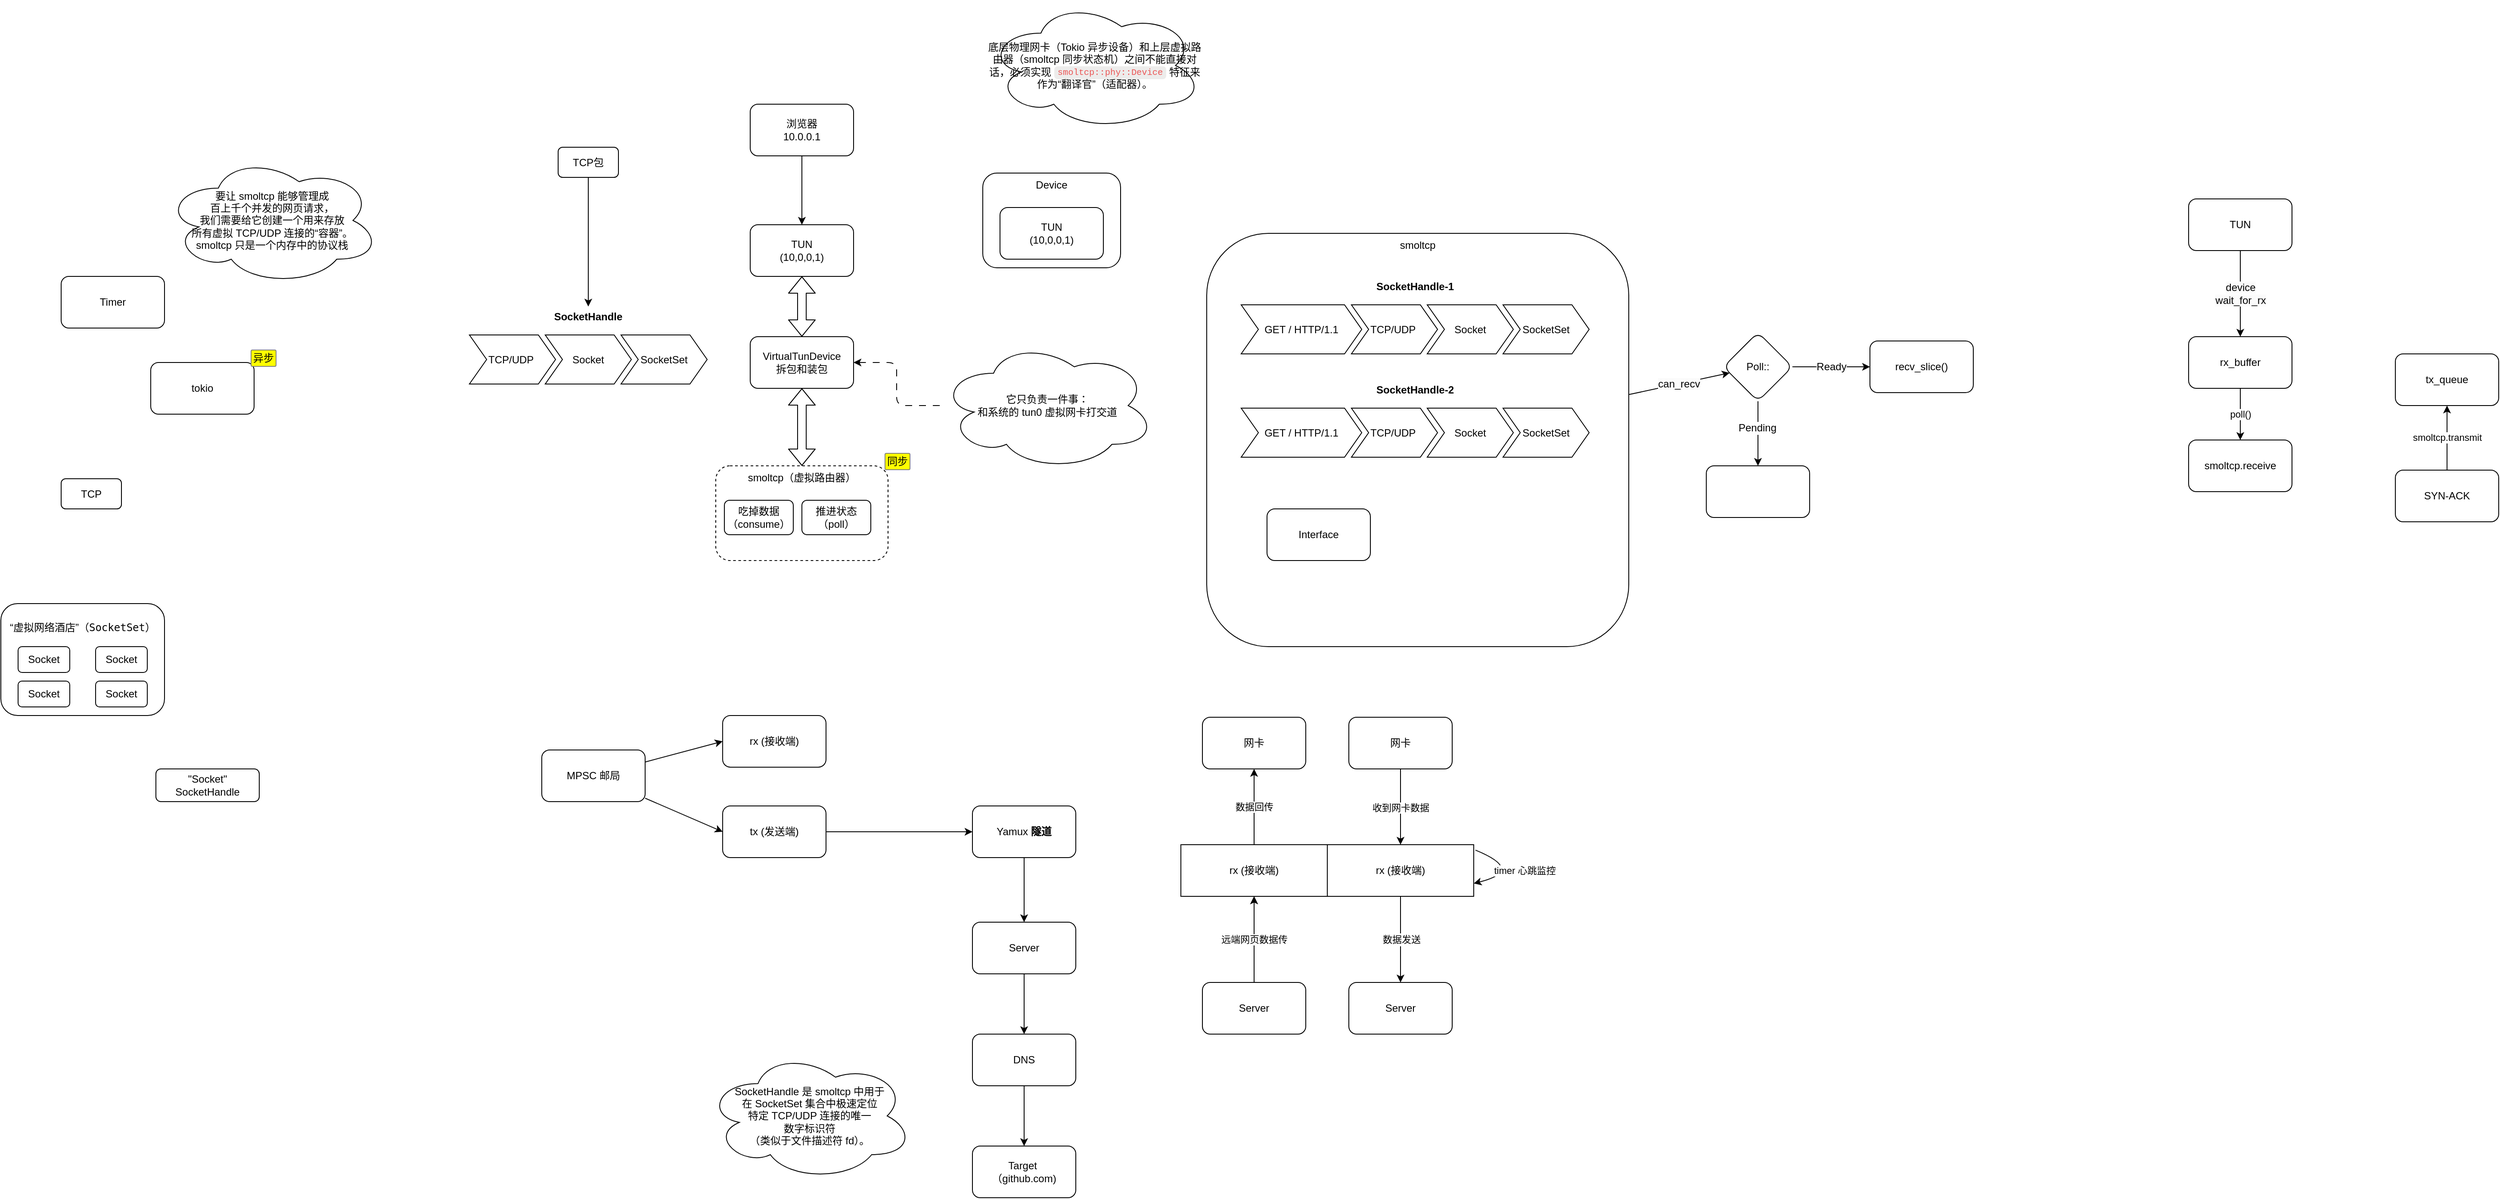
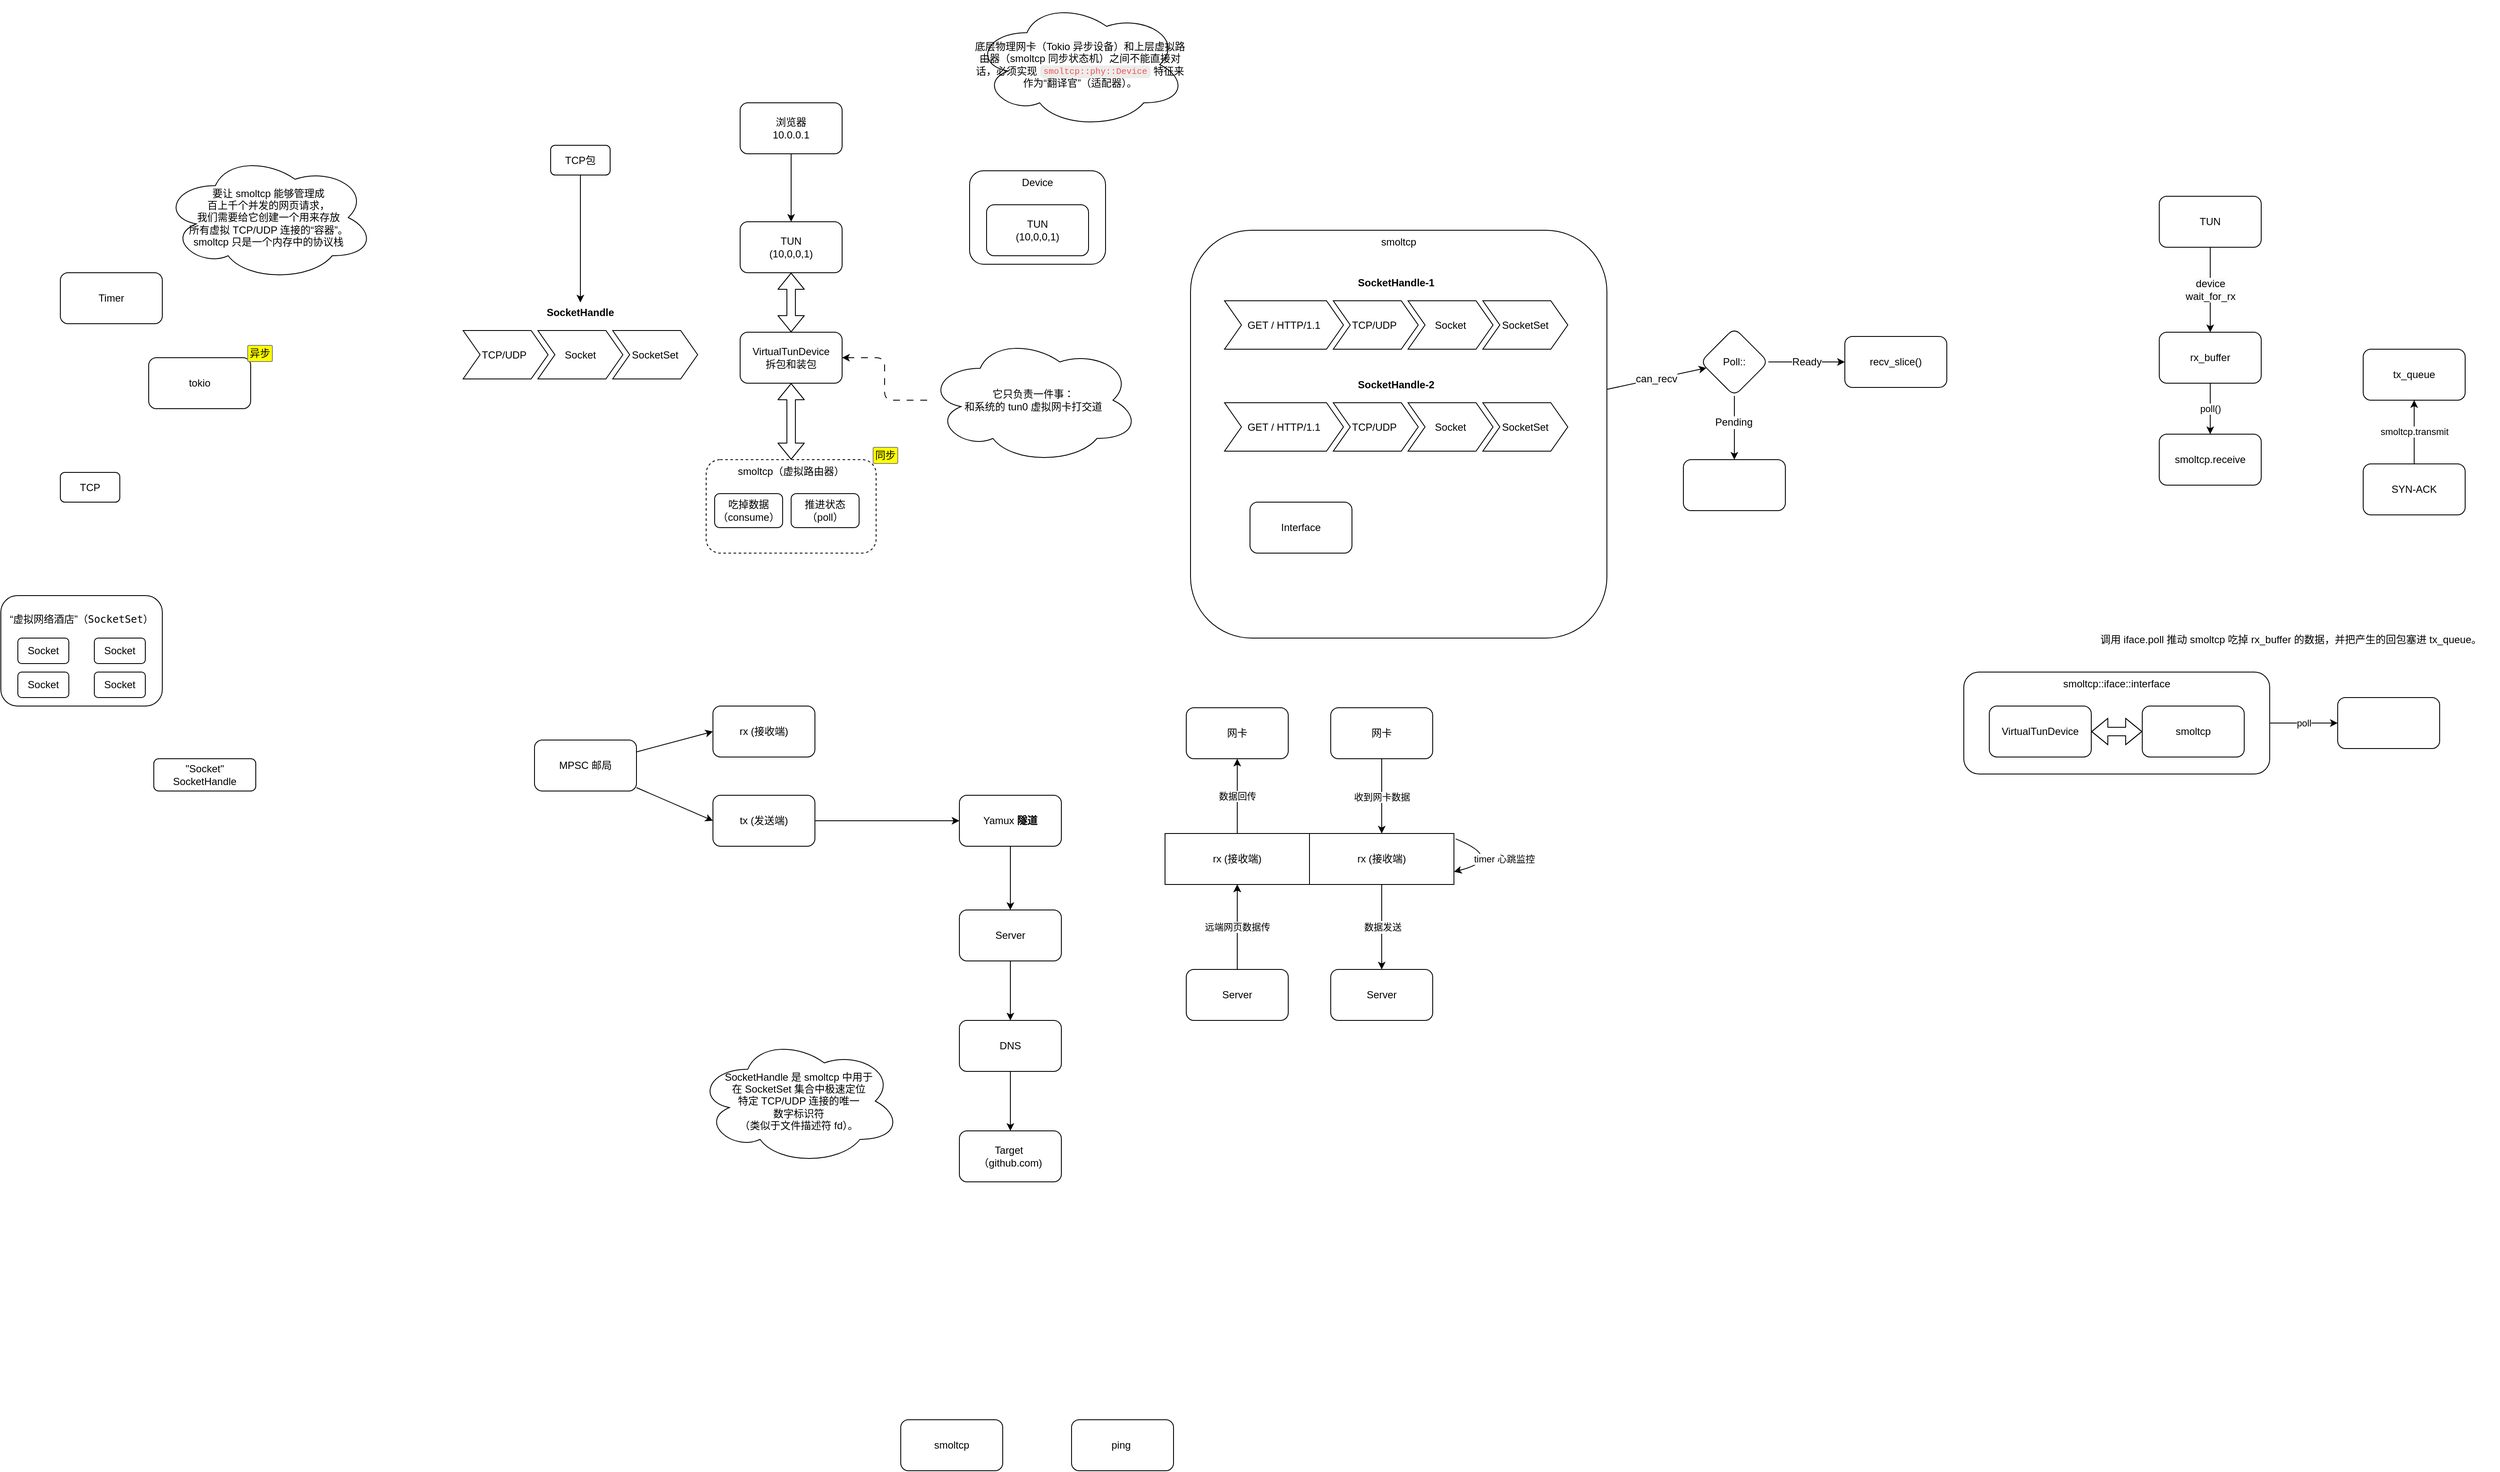
<mxfile host="65bd71144e">
    <diagram id="SK4-CPsVokxL4LTUJP4q" name="第 1 页">
-         <mxGraphModel dx="1726" dy="1144" grid="1" gridSize="10" guides="1" tooltips="1" connect="1" arrows="1" fold="1" page="1" pageScale="1" pageWidth="1169" pageHeight="827" math="0" shadow="0">
+         <mxGraphModel dx="2704" dy="1525" grid="1" gridSize="10" guides="1" tooltips="1" connect="1" arrows="1" fold="1" page="1" pageScale="1" pageWidth="1169" pageHeight="827" math="0" shadow="0">
            <root>
                <mxCell id="0"/>
                <mxCell id="1" parent="0"/>
                <mxCell id="148" value="&lt;span style=&quot;color: rgb(0, 0, 0); text-wrap-mode: wrap; background-color: rgb(251, 251, 251);&quot;&gt;can_recv&lt;/span&gt;" style="edgeStyle=none;html=1;fontFamily=Helvetica;fontSize=12;fontColor=default;" parent="1" source="145" target="147" edge="1">
                    <mxGeometry x="-0.004" relative="1" as="geometry">
                        <mxPoint as="offset"/>
                    </mxGeometry>
                </mxCell>
                <mxCell id="145" value="smoltcp" style="rounded=1;whiteSpace=wrap;html=1;strokeColor=default;align=center;verticalAlign=top;fontFamily=Helvetica;fontSize=12;fontColor=default;fillColor=none;" parent="1" vertex="1">
                    <mxGeometry x="1580" y="360" width="490" height="480" as="geometry"/>
                </mxCell>
                <mxCell id="76" value="Device" style="rounded=1;whiteSpace=wrap;html=1;verticalAlign=top;" parent="1" vertex="1">
                    <mxGeometry x="1320" y="290" width="160" height="110" as="geometry"/>
                </mxCell>
                <mxCell id="3" value="&lt;div&gt;&lt;br&gt;&lt;/div&gt;“虚拟网络酒店”（&lt;code data-index-in-node=&quot;10&quot; data-path-to-node=&quot;9&quot;&gt;SocketSet&lt;/code&gt;）" style="rounded=1;whiteSpace=wrap;html=1;verticalAlign=top;fontSize=12;" parent="1" vertex="1">
                    <mxGeometry x="180" y="790" width="190" height="130" as="geometry"/>
                </mxCell>
                <mxCell id="4" value="Socket" style="rounded=1;whiteSpace=wrap;html=1;" parent="1" vertex="1">
                    <mxGeometry x="200" y="840" width="60" height="30" as="geometry"/>
                </mxCell>
                <mxCell id="5" value="Socket" style="rounded=1;whiteSpace=wrap;html=1;" parent="1" vertex="1">
                    <mxGeometry x="290" y="840" width="60" height="30" as="geometry"/>
                </mxCell>
                <mxCell id="6" value="Socket" style="rounded=1;whiteSpace=wrap;html=1;" parent="1" vertex="1">
                    <mxGeometry x="290" y="880" width="60" height="30" as="geometry"/>
                </mxCell>
                <mxCell id="7" value="Socket" style="rounded=1;whiteSpace=wrap;html=1;" parent="1" vertex="1">
                    <mxGeometry x="200" y="880" width="60" height="30" as="geometry"/>
                </mxCell>
                <mxCell id="8" value="&quot;Socket&quot;&lt;div&gt;SocketHandle&lt;/div&gt;" style="rounded=1;whiteSpace=wrap;html=1;" parent="1" vertex="1">
                    <mxGeometry x="360" y="982" width="120" height="38" as="geometry"/>
                </mxCell>
                <mxCell id="46" style="edgeStyle=none;html=1;fontFamily=Helvetica;fontSize=12;fontColor=default;" parent="1" source="9" target="10" edge="1">
                    <mxGeometry relative="1" as="geometry"/>
                </mxCell>
                <mxCell id="9" value="浏览器&lt;div&gt;10.0.0.1&lt;/div&gt;" style="rounded=1;whiteSpace=wrap;html=1;" parent="1" vertex="1">
                    <mxGeometry x="1050" y="210" width="120" height="60" as="geometry"/>
                </mxCell>
                <mxCell id="10" value="TUN&lt;br&gt;(10,0,0,1)" style="rounded=1;whiteSpace=wrap;html=1;" parent="1" vertex="1">
                    <mxGeometry x="1050" y="350" width="120" height="60" as="geometry"/>
                </mxCell>
                <mxCell id="34" style="edgeStyle=none;html=1;entryX=0;entryY=0.5;entryDx=0;entryDy=0;" parent="1" source="14" target="31" edge="1">
                    <mxGeometry relative="1" as="geometry"/>
                </mxCell>
                <mxCell id="35" style="edgeStyle=none;html=1;entryX=0;entryY=0.5;entryDx=0;entryDy=0;" parent="1" source="14" target="33" edge="1">
                    <mxGeometry relative="1" as="geometry"/>
                </mxCell>
                <mxCell id="14" value="MPSC 邮局" style="rounded=1;whiteSpace=wrap;html=1;" parent="1" vertex="1">
                    <mxGeometry x="808" y="960" width="120" height="60" as="geometry"/>
                </mxCell>
                <mxCell id="42" style="edgeStyle=none;html=1;fontFamily=Helvetica;fontSize=12;fontColor=default;" parent="1" source="15" target="16" edge="1">
                    <mxGeometry relative="1" as="geometry"/>
                </mxCell>
                <mxCell id="15" value="Yamux&amp;nbsp;&lt;span class=&quot;notion-enable-hover&quot; data-token-index=&quot;0&quot; style=&quot;font-weight:600&quot;&gt;隧道&lt;/span&gt;" style="rounded=1;whiteSpace=wrap;html=1;" parent="1" vertex="1">
                    <mxGeometry x="1308" y="1025" width="120" height="60" as="geometry"/>
                </mxCell>
                <mxCell id="43" style="edgeStyle=none;html=1;fontFamily=Helvetica;fontSize=12;fontColor=default;" parent="1" source="16" target="17" edge="1">
                    <mxGeometry relative="1" as="geometry"/>
                </mxCell>
                <mxCell id="16" value="Server" style="rounded=1;whiteSpace=wrap;html=1;" parent="1" vertex="1">
                    <mxGeometry x="1308" y="1160" width="120" height="60" as="geometry"/>
                </mxCell>
                <mxCell id="44" style="edgeStyle=none;html=1;fontFamily=Helvetica;fontSize=12;fontColor=default;" parent="1" source="17" target="18" edge="1">
                    <mxGeometry relative="1" as="geometry"/>
                </mxCell>
                <mxCell id="17" value="DNS" style="rounded=1;whiteSpace=wrap;html=1;" parent="1" vertex="1">
                    <mxGeometry x="1308" y="1290" width="120" height="60" as="geometry"/>
                </mxCell>
                <mxCell id="18" value="Target&amp;nbsp;&lt;div&gt;（github.com)&lt;/div&gt;" style="rounded=1;whiteSpace=wrap;html=1;" parent="1" vertex="1">
                    <mxGeometry x="1308" y="1420" width="120" height="60" as="geometry"/>
                </mxCell>
                <mxCell id="74" style="edgeStyle=none;html=1;fontFamily=Helvetica;fontSize=12;fontColor=default;" parent="1" source="19" target="25" edge="1">
                    <mxGeometry relative="1" as="geometry"/>
                </mxCell>
                <mxCell id="19" value="TCP包" style="rounded=1;whiteSpace=wrap;html=1;" parent="1" vertex="1">
                    <mxGeometry x="827" y="260" width="70" height="35" as="geometry"/>
                </mxCell>
                <mxCell id="20" value="TCP" style="rounded=1;whiteSpace=wrap;html=1;" parent="1" vertex="1">
                    <mxGeometry x="250" y="645" width="70" height="35" as="geometry"/>
                </mxCell>
                <mxCell id="25" value="SocketHandle" style="swimlane;childLayout=stackLayout;horizontal=1;fillColor=none;horizontalStack=1;resizeParent=1;resizeParentMax=0;resizeLast=0;collapsible=0;strokeColor=none;stackBorder=10;stackSpacing=-12;resizable=1;align=center;points=[];whiteSpace=wrap;html=1;" parent="1" vertex="1">
                    <mxGeometry x="714" y="445" width="296" height="100" as="geometry"/>
                </mxCell>
                <mxCell id="26" value="TCP/UDP&amp;nbsp;" style="shape=step;perimeter=stepPerimeter;fixedSize=1;points=[];whiteSpace=wrap;html=1;" parent="25" vertex="1">
                    <mxGeometry x="10" y="33" width="100" height="57" as="geometry"/>
                </mxCell>
                <mxCell id="27" value="Socket" style="shape=step;perimeter=stepPerimeter;fixedSize=1;points=[];whiteSpace=wrap;html=1;" parent="25" vertex="1">
                    <mxGeometry x="98" y="33" width="100" height="57" as="geometry"/>
                </mxCell>
                <mxCell id="28" value="SocketSet" style="shape=step;perimeter=stepPerimeter;fixedSize=1;points=[];whiteSpace=wrap;html=1;" parent="25" vertex="1">
                    <mxGeometry x="186" y="33" width="100" height="57" as="geometry"/>
                </mxCell>
                <mxCell id="30" value="SocketHandle 是 smoltcp 中用于&lt;div&gt;在 SocketSet 集合中极速定位&lt;/div&gt;&lt;div&gt;特定 TCP/UDP 连接的唯一&lt;/div&gt;&lt;div&gt;数字标识符&lt;/div&gt;&lt;div&gt;（类似于文件描述符 fd）。&lt;/div&gt;" style="ellipse;shape=cloud;whiteSpace=wrap;html=1;" parent="1" vertex="1">
                    <mxGeometry x="999" y="1310" width="240" height="150" as="geometry"/>
                </mxCell>
                <mxCell id="31" value="rx (接收端)" style="rounded=1;whiteSpace=wrap;html=1;" parent="1" vertex="1">
                    <mxGeometry x="1018" y="920" width="120" height="60" as="geometry"/>
                </mxCell>
                <mxCell id="41" style="edgeStyle=none;html=1;entryX=0;entryY=0.5;entryDx=0;entryDy=0;fontFamily=Helvetica;fontSize=12;fontColor=default;" parent="1" source="33" target="15" edge="1">
                    <mxGeometry relative="1" as="geometry"/>
                </mxCell>
                <mxCell id="33" value="tx (发送端)" style="rounded=1;whiteSpace=wrap;html=1;" parent="1" vertex="1">
                    <mxGeometry x="1018" y="1025" width="120" height="60" as="geometry"/>
                </mxCell>
                <mxCell id="40" value="要让 smoltcp 能够管理成&#xa;百上千个并发的网页请求，&#xa;我们需要给它创建一个用来存放&#xa;所有虚拟 TCP/UDP 连接的“容器”。&#xa;smoltcp 只是一个内存中的协议栈" style="ellipse;shape=cloud;whiteSpace=wrap;html=1;" parent="1" vertex="1">
                    <mxGeometry x="370" y="270" width="250" height="150" as="geometry"/>
                </mxCell>
                <mxCell id="45" value="smoltcp（虚拟路由器）" style="rounded=1;whiteSpace=wrap;html=1;metaEdit=0;noLabel=0;portConstraintRotation=0;dropTarget=0;enumerate=1;enumerateValue=%E5%90%8C%E6%AD%A5;verticalAlign=top;dashed=1;" parent="1" vertex="1">
                    <mxGeometry x="1010" y="630" width="200" height="110" as="geometry"/>
                </mxCell>
                <mxCell id="49" value="tokio" style="rounded=1;whiteSpace=wrap;html=1;metaEdit=0;noLabel=0;portConstraintRotation=0;dropTarget=0;enumerate=1;enumerateValue=%E5%BC%82%E6%AD%A5;" parent="1" vertex="1">
                    <mxGeometry x="354" y="510" width="120" height="60" as="geometry"/>
                </mxCell>
                <mxCell id="72" style="edgeStyle=none;html=1;fontFamily=Helvetica;fontSize=12;fontColor=default;shape=flexArrow;startArrow=block;" parent="1" source="50" target="45" edge="1">
                    <mxGeometry relative="1" as="geometry"/>
                </mxCell>
                <mxCell id="50" value="VirtualTunDevice&#xa;拆包和装包" style="rounded=1;whiteSpace=wrap;html=1;" parent="1" vertex="1">
                    <mxGeometry x="1050" y="480" width="120" height="60" as="geometry"/>
                </mxCell>
                <mxCell id="51" value="Timer" style="rounded=1;whiteSpace=wrap;html=1;metaEdit=0;noLabel=0;portConstraintRotation=0;dropTarget=0;enumerate=0;enumerateValue=%E5%90%8C%E6%AD%A5;" parent="1" vertex="1">
                    <mxGeometry x="250" y="410" width="120" height="60" as="geometry"/>
                </mxCell>
                <mxCell id="52" value="吃掉数据（consume）" style="rounded=1;whiteSpace=wrap;html=1;" parent="1" vertex="1">
                    <mxGeometry x="1020" y="670" width="80" height="40" as="geometry"/>
                </mxCell>
                <mxCell id="53" value="推进状态（poll）" style="rounded=1;whiteSpace=wrap;html=1;" parent="1" vertex="1">
                    <mxGeometry x="1110" y="670" width="80" height="40" as="geometry"/>
                </mxCell>
                <mxCell id="71" style="edgeStyle=none;html=1;fontFamily=Helvetica;fontSize=12;fontColor=default;shape=flexArrow;endArrow=block;startArrow=block;" parent="1" source="50" target="10" edge="1">
                    <mxGeometry relative="1" as="geometry"/>
                </mxCell>
                <mxCell id="73" value="底层物理网卡（Tokio 异步设备）和上层虚拟路由器（smoltcp 同步状态机）之间不能直接对话，必须实现 &lt;div style=&quot;display:inline&quot; class=&quot;notion-inline-code-container&quot;&gt;&lt;span class=&quot;notion-enable-hover&quot; spellcheck=&quot;false&quot; data-token-index=&quot;1&quot; style=&quot;font-family:&amp;quot;SFMono-Regular&amp;quot;, Menlo, Consolas, &amp;quot;PT Mono&amp;quot;, &amp;quot;Liberation Mono&amp;quot;, Courier, monospace;line-height:normal;background:rgba(135,131,120,.15);color:#EB5757;border-radius:4px;font-size:85%;padding:0.2em 0.4em;position:relative;bottom:0.065em&quot;&gt;smoltcp::phy::Device&lt;/span&gt;&lt;/div&gt; 特征来作为“翻译官”（适配器）。" style="ellipse;shape=cloud;whiteSpace=wrap;html=1;" parent="1" vertex="1">
                    <mxGeometry x="1325" y="90" width="250" height="150" as="geometry"/>
                </mxCell>
                <mxCell id="75" value="TUN&lt;br&gt;(10,0,0,1)" style="rounded=1;whiteSpace=wrap;html=1;" parent="1" vertex="1">
                    <mxGeometry x="1340" y="330" width="120" height="60" as="geometry"/>
                </mxCell>
                <mxCell id="77" value="网卡" style="rounded=1;whiteSpace=wrap;html=1;" parent="1" vertex="1">
                    <mxGeometry x="1575" y="922" width="120" height="60" as="geometry"/>
                </mxCell>
                <mxCell id="92" style="edgeStyle=none;html=1;fontFamily=Helvetica;fontSize=12;fontColor=default;" parent="1" source="78" edge="1">
                    <mxGeometry relative="1" as="geometry"/>
                </mxCell>
                <mxCell id="117" style="edgeStyle=none;html=1;fontFamily=Helvetica;fontSize=12;fontColor=default;" parent="1" source="78" target="118" edge="1">
                    <mxGeometry relative="1" as="geometry">
                        <mxPoint x="1652.173913043478" y="1120" as="targetPoint"/>
                    </mxGeometry>
                </mxCell>
                <mxCell id="125" value="远端网页数据传" style="edgeStyle=none;html=1;align=center;verticalAlign=middle;" parent="1" source="78" target="118" edge="1">
                    <mxGeometry x="-0.0029" relative="1" as="geometry">
                        <mxPoint as="offset"/>
                    </mxGeometry>
                </mxCell>
                <mxCell id="78" value="Server" style="rounded=1;whiteSpace=wrap;html=1;" parent="1" vertex="1">
                    <mxGeometry x="1575" y="1230" width="120" height="60" as="geometry"/>
                </mxCell>
                <mxCell id="131" value="数据回传" style="edgeStyle=none;html=1;" parent="1" source="118" target="77" edge="1">
                    <mxGeometry relative="1" as="geometry"/>
                </mxCell>
                <mxCell id="118" value="&lt;span style=&quot;color: rgb(0, 0, 0);&quot;&gt;rx (接收端)&lt;/span&gt;" style="rounded=0;whiteSpace=wrap;html=1;strokeColor=default;align=center;verticalAlign=middle;fontFamily=Helvetica;fontSize=12;fontColor=default;fillColor=default;" parent="1" vertex="1">
                    <mxGeometry x="1550" y="1070" width="170" height="60" as="geometry"/>
                </mxCell>
                <mxCell id="124" style="edgeStyle=none;html=1;fontFamily=Helvetica;fontSize=12;fontColor=default;" parent="1" source="119" target="122" edge="1">
                    <mxGeometry relative="1" as="geometry"/>
                </mxCell>
                <mxCell id="126" value="&lt;span style=&quot;color: rgb(0, 0, 0); font-size: 11px;&quot;&gt;数据发送&lt;/span&gt;" style="edgeLabel;html=1;align=center;verticalAlign=middle;resizable=0;points=[];rounded=1;strokeColor=default;fontFamily=Helvetica;fontSize=12;fontColor=default;fillColor=default;" parent="124" vertex="1" connectable="0">
                    <mxGeometry y="1" relative="1" as="geometry">
                        <mxPoint as="offset"/>
                    </mxGeometry>
                </mxCell>
                <mxCell id="119" value="&lt;span style=&quot;color: rgb(0, 0, 0);&quot;&gt;rx (接收端)&lt;/span&gt;" style="rounded=0;whiteSpace=wrap;html=1;strokeColor=default;align=center;verticalAlign=middle;fontFamily=Helvetica;fontSize=12;fontColor=default;fillColor=default;" parent="1" vertex="1">
                    <mxGeometry x="1720" y="1070" width="170" height="60" as="geometry"/>
                </mxCell>
                <mxCell id="123" value="收到网卡数据" style="edgeStyle=none;html=1;" parent="1" source="121" target="119" edge="1">
                    <mxGeometry x="0.0079" relative="1" as="geometry">
                        <mxPoint as="offset"/>
                    </mxGeometry>
                </mxCell>
                <mxCell id="121" value="&lt;span style=&quot;color: rgb(0, 0, 0);&quot;&gt;网卡&lt;/span&gt;" style="rounded=1;whiteSpace=wrap;html=1;" parent="1" vertex="1">
                    <mxGeometry x="1745" y="922" width="120" height="60" as="geometry"/>
                </mxCell>
                <mxCell id="122" value="&lt;span style=&quot;color: rgb(0, 0, 0);&quot;&gt;Server&lt;/span&gt;" style="rounded=1;whiteSpace=wrap;html=1;" parent="1" vertex="1">
                    <mxGeometry x="1745" y="1230" width="120" height="60" as="geometry"/>
                </mxCell>
                <mxCell id="132" value="timer 心跳监控" style="edgeStyle=orthogonalEdgeStyle;html=1;exitX=1.012;exitY=0.105;exitDx=0;exitDy=0;exitPerimeter=0;entryX=1;entryY=0.75;entryDx=0;entryDy=0;curved=1;" parent="1" source="119" target="119" edge="1">
                    <mxGeometry relative="1" as="geometry">
                        <Array as="points">
                            <mxPoint x="1950" y="1100"/>
                        </Array>
                    </mxGeometry>
                </mxCell>
                <mxCell id="133" value="SocketHandle-2" style="swimlane;childLayout=stackLayout;horizontal=1;fillColor=none;horizontalStack=1;resizeParent=1;resizeParentMax=0;resizeLast=0;collapsible=0;strokeColor=none;stackBorder=10;stackSpacing=-12;resizable=1;align=center;points=[];whiteSpace=wrap;html=1;" parent="1" vertex="1">
                    <mxGeometry x="1610" y="530" width="424" height="100" as="geometry"/>
                </mxCell>
                <mxCell id="134" value="GET / HTTP/1.1" style="shape=step;perimeter=stepPerimeter;fixedSize=1;points=[];whiteSpace=wrap;html=1;" parent="133" vertex="1">
                    <mxGeometry x="10" y="33" width="140" height="57" as="geometry"/>
                </mxCell>
                <mxCell id="135" value="&lt;span style=&quot;color: rgb(0, 0, 0);&quot;&gt;TCP/UDP&amp;nbsp;&lt;/span&gt;" style="shape=step;perimeter=stepPerimeter;fixedSize=1;points=[];whiteSpace=wrap;html=1;" parent="133" vertex="1">
                    <mxGeometry x="138" y="33" width="100" height="57" as="geometry"/>
                </mxCell>
                <mxCell id="136" value="&lt;span style=&quot;color: rgb(0, 0, 0);&quot;&gt;Socket&lt;/span&gt;" style="shape=step;perimeter=stepPerimeter;fixedSize=1;points=[];whiteSpace=wrap;html=1;" parent="133" vertex="1">
                    <mxGeometry x="226" y="33" width="100" height="57" as="geometry"/>
                </mxCell>
                <mxCell id="139" value="SocketSet" style="shape=step;perimeter=stepPerimeter;fixedSize=1;points=[];whiteSpace=wrap;html=1;" parent="133" vertex="1">
                    <mxGeometry x="314" y="33" width="100" height="57" as="geometry"/>
                </mxCell>
                <mxCell id="140" value="SocketHandle-1" style="swimlane;childLayout=stackLayout;horizontal=1;fillColor=none;horizontalStack=1;resizeParent=1;resizeParentMax=0;resizeLast=0;collapsible=0;strokeColor=none;stackBorder=10;stackSpacing=-12;resizable=1;align=center;points=[];whiteSpace=wrap;html=1;" parent="1" vertex="1">
                    <mxGeometry x="1610" y="410" width="424" height="100" as="geometry"/>
                </mxCell>
                <mxCell id="141" value="GET / HTTP/1.1" style="shape=step;perimeter=stepPerimeter;fixedSize=1;points=[];whiteSpace=wrap;html=1;" parent="140" vertex="1">
                    <mxGeometry x="10" y="33" width="140" height="57" as="geometry"/>
                </mxCell>
                <mxCell id="142" value="&lt;span style=&quot;color: rgb(0, 0, 0);&quot;&gt;TCP/UDP&amp;nbsp;&lt;/span&gt;" style="shape=step;perimeter=stepPerimeter;fixedSize=1;points=[];whiteSpace=wrap;html=1;" parent="140" vertex="1">
                    <mxGeometry x="138" y="33" width="100" height="57" as="geometry"/>
                </mxCell>
                <mxCell id="143" value="&lt;span style=&quot;color: rgb(0, 0, 0);&quot;&gt;Socket&lt;/span&gt;" style="shape=step;perimeter=stepPerimeter;fixedSize=1;points=[];whiteSpace=wrap;html=1;" parent="140" vertex="1">
                    <mxGeometry x="226" y="33" width="100" height="57" as="geometry"/>
                </mxCell>
                <mxCell id="144" value="SocketSet" style="shape=step;perimeter=stepPerimeter;fixedSize=1;points=[];whiteSpace=wrap;html=1;" parent="140" vertex="1">
                    <mxGeometry x="314" y="33" width="100" height="57" as="geometry"/>
                </mxCell>
                <mxCell id="150" value="Ready" style="edgeStyle=none;html=1;fontFamily=Helvetica;fontSize=12;fontColor=default;" parent="1" source="147" target="149" edge="1">
                    <mxGeometry relative="1" as="geometry"/>
                </mxCell>
                <mxCell id="153" value="" style="edgeStyle=none;html=1;fontFamily=Helvetica;fontSize=12;fontColor=default;" parent="1" source="147" target="152" edge="1">
                    <mxGeometry relative="1" as="geometry"/>
                </mxCell>
                <mxCell id="154" value="Pending" style="edgeLabel;html=1;align=center;verticalAlign=middle;resizable=0;points=[];rounded=1;strokeColor=default;fontFamily=Helvetica;fontSize=12;fontColor=default;fillColor=default;" parent="153" vertex="1" connectable="0">
                    <mxGeometry x="-0.1787" y="-1" relative="1" as="geometry">
                        <mxPoint as="offset"/>
                    </mxGeometry>
                </mxCell>
                <mxCell id="147" value="Poll::" style="rhombus;whiteSpace=wrap;html=1;rounded=1;strokeColor=default;align=center;verticalAlign=middle;fontFamily=Helvetica;fontSize=12;fontColor=default;fillColor=default;" parent="1" vertex="1">
                    <mxGeometry x="2180" y="475" width="80" height="80" as="geometry"/>
                </mxCell>
                <mxCell id="149" value="recv_slice()" style="rounded=1;whiteSpace=wrap;html=1;strokeColor=default;align=center;verticalAlign=middle;fontFamily=Helvetica;fontSize=12;fontColor=default;fillColor=default;" parent="1" vertex="1">
                    <mxGeometry x="2350" y="485" width="120" height="60" as="geometry"/>
                </mxCell>
                <mxCell id="152" value="" style="whiteSpace=wrap;html=1;rounded=1;" parent="1" vertex="1">
                    <mxGeometry x="2160" y="630" width="120" height="60" as="geometry"/>
                </mxCell>
                <mxCell id="156" style="edgeStyle=orthogonalEdgeStyle;html=1;fontFamily=Helvetica;fontSize=12;fontColor=default;dashed=1;dashPattern=8 8;" parent="1" source="155" target="50" edge="1">
                    <mxGeometry relative="1" as="geometry"/>
                </mxCell>
                <mxCell id="155" value="它只负责一件事：&#xa;和系统的 tun0 虚拟网卡打交道" style="ellipse;shape=cloud;whiteSpace=wrap;html=1;" parent="1" vertex="1">
                    <mxGeometry x="1270" y="485" width="250" height="150" as="geometry"/>
                </mxCell>
                <mxCell id="157" value="Interface" style="rounded=1;whiteSpace=wrap;html=1;strokeColor=default;align=center;verticalAlign=middle;fontFamily=Helvetica;fontSize=12;fontColor=default;fillColor=default;" parent="1" vertex="1">
                    <mxGeometry x="1650" y="680" width="120" height="60" as="geometry"/>
                </mxCell>
-                 <mxCell id="160" value="poll()" style="edgeStyle=none;html=1;" edge="1" parent="1" source="158" target="159">
-                     <mxGeometry relative="1" as="geometry"/>
-                 </mxCell>
-                 <mxCell id="158" value="rx_buffer" style="rounded=1;whiteSpace=wrap;html=1;" vertex="1" parent="1">
+                 <mxCell id="160" value="poll()" style="edgeStyle=none;html=1;" parent="1" source="158" target="159" edge="1">
+                     <mxGeometry relative="1" as="geometry"/>
+                 </mxCell>
+                 <mxCell id="158" value="rx_buffer" style="rounded=1;whiteSpace=wrap;html=1;" parent="1" vertex="1">
                    <mxGeometry x="2720" y="480" width="120" height="60" as="geometry"/>
                </mxCell>
-                 <mxCell id="159" value="smoltcp.receive" style="rounded=1;whiteSpace=wrap;html=1;" vertex="1" parent="1">
+                 <mxCell id="159" value="smoltcp.receive" style="rounded=1;whiteSpace=wrap;html=1;" parent="1" vertex="1">
                    <mxGeometry x="2720" y="600" width="120" height="60" as="geometry"/>
                </mxCell>
-                 <mxCell id="162" value="&lt;span style=&quot;color: rgb(0, 0, 0); font-size: 12px; text-wrap-mode: wrap; background-color: rgb(251, 251, 251);&quot;&gt;device&lt;/span&gt;&lt;br style=&quot;color: rgb(63, 63, 63); scrollbar-color: rgb(226, 226, 226) rgb(251, 251, 251); font-size: 12px; text-wrap-mode: wrap; background-color: rgb(251, 251, 251);&quot;&gt;&lt;span style=&quot;color: rgb(0, 0, 0); font-size: 12px; text-wrap-mode: wrap; background-color: rgb(251, 251, 251);&quot;&gt;wait_for_rx&lt;/span&gt;" style="edgeStyle=none;html=1;" edge="1" parent="1" source="161" target="158">
-                     <mxGeometry relative="1" as="geometry"/>
-                 </mxCell>
-                 <mxCell id="161" value="TUN" style="rounded=1;whiteSpace=wrap;html=1;" vertex="1" parent="1">
+                 <mxCell id="162" value="&lt;span style=&quot;color: rgb(0, 0, 0); font-size: 12px; text-wrap-mode: wrap; background-color: rgb(251, 251, 251);&quot;&gt;device&lt;/span&gt;&lt;br style=&quot;color: rgb(63, 63, 63); scrollbar-color: rgb(226, 226, 226) rgb(251, 251, 251); font-size: 12px; text-wrap-mode: wrap; background-color: rgb(251, 251, 251);&quot;&gt;&lt;span style=&quot;color: rgb(0, 0, 0); font-size: 12px; text-wrap-mode: wrap; background-color: rgb(251, 251, 251);&quot;&gt;wait_for_rx&lt;/span&gt;" style="edgeStyle=none;html=1;" parent="1" source="161" target="158" edge="1">
+                     <mxGeometry relative="1" as="geometry"/>
+                 </mxCell>
+                 <mxCell id="161" value="TUN" style="rounded=1;whiteSpace=wrap;html=1;" parent="1" vertex="1">
                    <mxGeometry x="2720" y="320" width="120" height="60" as="geometry"/>
                </mxCell>
-                 <mxCell id="165" value="smoltcp.transmit" style="edgeStyle=none;html=1;" edge="1" parent="1" source="163" target="166">
+                 <mxCell id="165" value="smoltcp.transmit" style="edgeStyle=none;html=1;" parent="1" source="163" target="166" edge="1">
                    <mxGeometry x="0.0133" relative="1" as="geometry">
                        <mxPoint x="3020" y="580" as="targetPoint"/>
                        <mxPoint as="offset"/>
                    </mxGeometry>
                </mxCell>
-                 <mxCell id="163" value="SYN-ACK" style="rounded=1;whiteSpace=wrap;html=1;" vertex="1" parent="1">
+                 <mxCell id="163" value="SYN-ACK" style="rounded=1;whiteSpace=wrap;html=1;" parent="1" vertex="1">
                    <mxGeometry x="2960" y="635" width="120" height="60" as="geometry"/>
                </mxCell>
-                 <mxCell id="166" value="tx_queue" style="rounded=1;whiteSpace=wrap;html=1;" vertex="1" parent="1">
+                 <mxCell id="166" value="tx_queue" style="rounded=1;whiteSpace=wrap;html=1;" parent="1" vertex="1">
                    <mxGeometry x="2960" y="500" width="120" height="60" as="geometry"/>
+                 </mxCell>
+                 <mxCell id="169" value="poll" style="edgeStyle=none;html=1;" parent="1" source="167" target="168" edge="1">
+                     <mxGeometry relative="1" as="geometry"/>
+                 </mxCell>
+                 <mxCell id="167" value="smoltcp::iface::interface" style="rounded=1;whiteSpace=wrap;html=1;verticalAlign=top;" parent="1" vertex="1">
+                     <mxGeometry x="2490" y="880" width="360" height="120" as="geometry"/>
+                 </mxCell>
+                 <mxCell id="168" value="" style="whiteSpace=wrap;html=1;rounded=1;" parent="1" vertex="1">
+                     <mxGeometry x="2930" y="910" width="120" height="60" as="geometry"/>
+                 </mxCell>
+                 <mxCell id="170" value="调用 iface.poll 推动 smoltcp 吃掉 rx_buffer 的数据，并把产生的回包塞进 tx_queue。" style="text;html=1;align=center;verticalAlign=middle;whiteSpace=wrap;rounded=0;" parent="1" vertex="1">
+                     <mxGeometry x="2630" y="827" width="490" height="30" as="geometry"/>
+                 </mxCell>
+                 <mxCell id="173" style="edgeStyle=none;html=1;shape=flexArrow;startArrow=block;endArrow=block;" parent="1" source="171" target="172" edge="1">
+                     <mxGeometry relative="1" as="geometry">
+                         <Array as="points">
+                             <mxPoint x="2680" y="950"/>
+                         </Array>
+                     </mxGeometry>
+                 </mxCell>
+                 <mxCell id="171" value="VirtualTunDevice" style="rounded=1;whiteSpace=wrap;html=1;" parent="1" vertex="1">
+                     <mxGeometry x="2520" y="920" width="120" height="60" as="geometry"/>
+                 </mxCell>
+                 <mxCell id="172" value="smoltcp" style="rounded=1;whiteSpace=wrap;html=1;" parent="1" vertex="1">
+                     <mxGeometry x="2700" y="920" width="120" height="60" as="geometry"/>
+                 </mxCell>
+                 <mxCell id="174" value="ping&amp;nbsp;" style="rounded=1;whiteSpace=wrap;html=1;" vertex="1" parent="1">
+                     <mxGeometry x="1440" y="1760" width="120" height="60" as="geometry"/>
+                 </mxCell>
+                 <mxCell id="176" value="smoltcp" style="rounded=1;whiteSpace=wrap;html=1;" vertex="1" parent="1">
+                     <mxGeometry x="1239" y="1760" width="120" height="60" as="geometry"/>
                </mxCell>
            </root>
        </mxGraphModel>
    </diagram>
</mxfile>